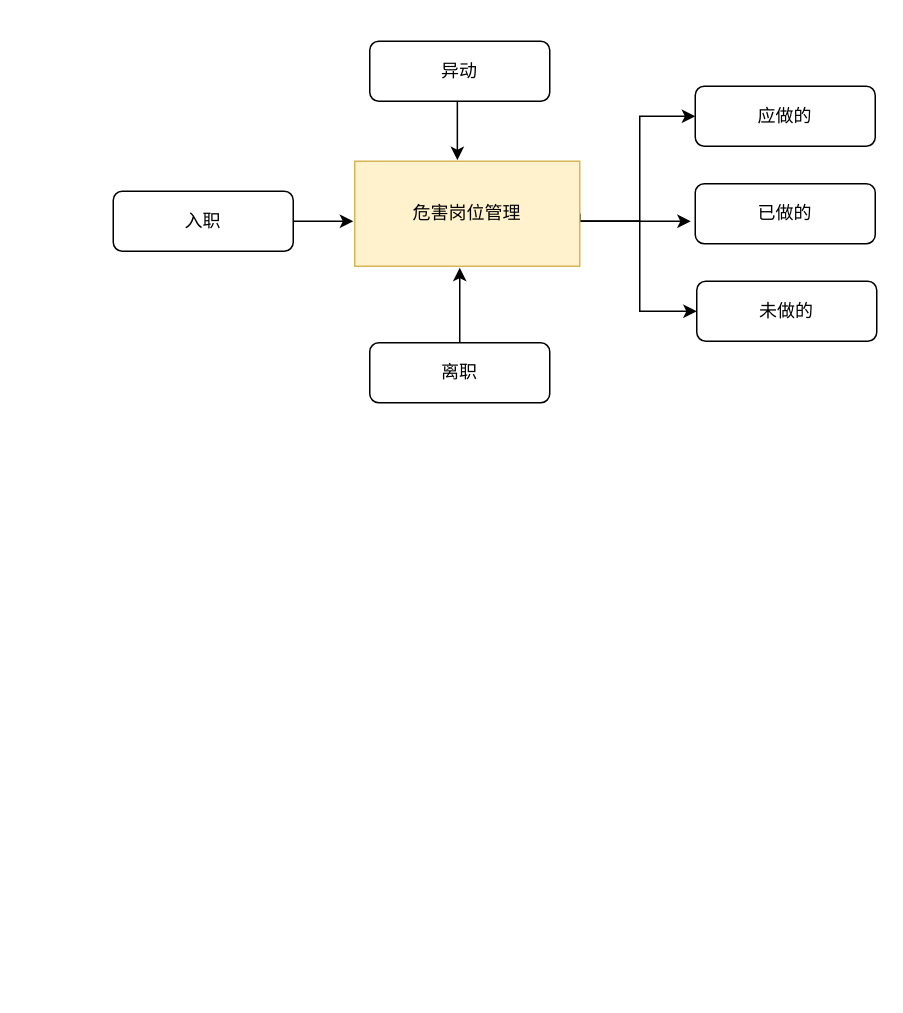
pbm0802/GitIDEATest keeps this draw.io diagram as 危害岗位管理.drawio. Above is the earlier version. Source tidied: cells renumbered, new cells numbered last; positions are measured from the earlier drawing's top-left corner, leaving out a move shared by most shapes. Both pictures are drawn from the tidied source at 150%, with x=0, y=0 at pixel (112, 40).
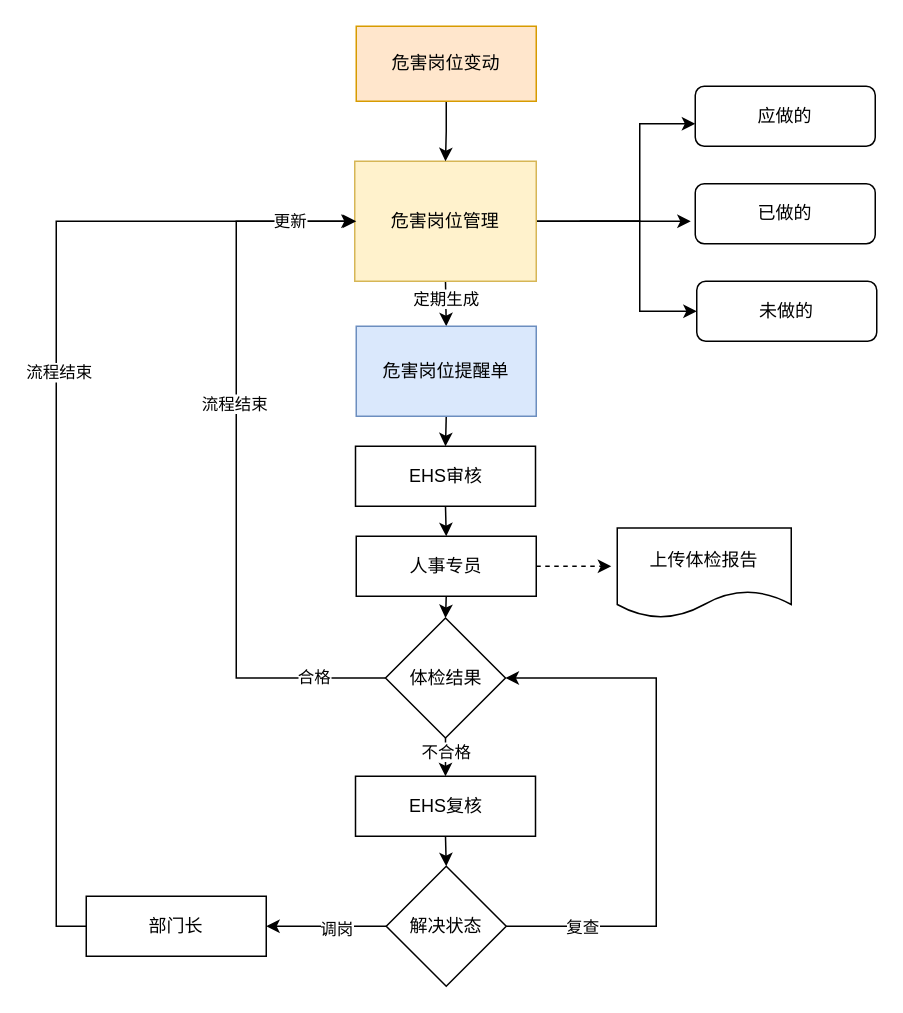
Above is the later version.

Commit message:
更新危害岗位管理.drawio

Unchanged cells that the change refers to:
```xml
<mxCell id="8" value="应做的" style="rounded=1;whiteSpace=wrap;html=1;fontSize=12;glass=0;strokeWidth=1;shadow=0;" parent="1" vertex="1">
  <mxGeometry x="388" y="30" width="120" height="40" as="geometry" />
</mxCell>
```

The edit, as a diff of the source:
```diff
@@
-    <mxCell id="2" style="edgeStyle=orthogonalEdgeStyle;rounded=0;jettySize=auto;html=1;exitX=0.5;exitY=1;exitDx=0;exitDy=0;entryX=0.456;entryY=-0.01;entryDx=0;entryDy=0;entryPerimeter=0;" parent="1" edge="1" source="3" target="7">
-      <mxGeometry relative="1" as="geometry" />
-    </mxCell>
-    <mxCell id="3" value="异动" style="rounded=1;whiteSpace=wrap;html=1;fontSize=12;glass=0;strokeWidth=1;shadow=0;" parent="1" vertex="1">
-      <mxGeometry x="171" width="120" height="40" as="geometry" />
-    </mxCell>
@@
-    <mxCell id="5" style="edgeStyle=orthogonalEdgeStyle;rounded=0;jettySize=auto;html=1;exitX=1;exitY=0.5;exitDx=0;exitDy=0;entryX=0;entryY=0.5;entryDx=0;entryDy=0;" parent="1" edge="1" source="7" target="8">
+    <mxCell id="5" style="edgeStyle=orthogonalEdgeStyle;rounded=0;orthogonalLoop=1;jettySize=auto;html=1;exitX=1;exitY=0.5;exitDx=0;exitDy=0;entryX=0;entryY=0.5;entryDx=0;entryDy=0;" parent="1" edge="1">
       <mxGeometry relative="1" as="geometry">
+        <mxPoint x="282" y="120" as="sourcePoint" />
+        <mxPoint x="388" y="55" as="targetPoint" />
         <Array as="points">
-          <mxPoint x="311" y="120" />
           <mxPoint x="351" y="120" />
-          <mxPoint x="351" y="50" />
+          <mxPoint x="351" y="55" />
         </Array>
       </mxGeometry>
     </mxCell>
@@
+    <mxCell id="15" style="edgeStyle=orthogonalEdgeStyle;rounded=0;jettySize=auto;html=1;exitX=0.5;exitY=1;exitDx=0;exitDy=0;entryX=0.5;entryY=0;entryDx=0;entryDy=0;" parent="1" edge="1" source="7" target="20">
+      <mxGeometry relative="1" as="geometry" />
+    </mxCell>
+    <mxCell id="16" value="定期生成" style="edgeLabel;html=1;align=center;verticalAlign=middle;" parent="15" vertex="1">
+      <mxGeometry x="-0.19" relative="1" as="geometry" />
+    </mxCell>
     <mxCell id="7" value="危害岗位管理" style="rounded=0;whiteSpace=wrap;html=1;fillColor=#fff2cc;strokeColor=#d6b656;" parent="1" vertex="1">
-      <mxGeometry x="161" y="80" width="150" height="70" as="geometry" />
+      <mxGeometry x="161" y="80" width="121" height="80" as="geometry" />
     </mxCell>
@@
-    <mxCell id="11" style="edgeStyle=orthogonalEdgeStyle;rounded=0;jettySize=auto;html=1;exitX=1;exitY=0.5;exitDx=0;exitDy=0;" parent="1" edge="1" source="12">
-      <mxGeometry relative="1" as="geometry">
-        <mxPoint x="160" y="120" as="targetPoint" />
-      </mxGeometry>
-    </mxCell>
-    <mxCell id="12" value="入职" style="rounded=1;whiteSpace=wrap;html=1;fontSize=12;glass=0;strokeWidth=1;shadow=0;" parent="1" vertex="1">
-      <mxGeometry y="100" width="120" height="40" as="geometry" />
-    </mxCell>
-    <mxCell id="13" style="edgeStyle=orthogonalEdgeStyle;rounded=0;jettySize=auto;html=1;exitX=0.5;exitY=0;exitDx=0;exitDy=0;" parent="1" edge="1" source="14">
-      <mxGeometry relative="1" as="geometry">
-        <mxPoint x="231" y="151" as="targetPoint" />
-      </mxGeometry>
-    </mxCell>
-    <mxCell id="14" value="离职" style="rounded=1;whiteSpace=wrap;html=1;fontSize=12;glass=0;strokeWidth=1;shadow=0;" parent="1" vertex="1">
-      <mxGeometry x="171" y="201" width="120" height="40" as="geometry" />
-    </mxCell>
+    <mxCell id="17" style="edgeStyle=orthogonalEdgeStyle;rounded=0;jettySize=auto;html=1;exitX=0.5;exitY=1;exitDx=0;exitDy=0;entryX=0.5;entryY=0;entryDx=0;entryDy=0;" parent="1" edge="1" source="18" target="7">
+      <mxGeometry relative="1" as="geometry" />
+    </mxCell>
+    <mxCell id="18" value="危害岗位变动" style="rounded=0;whiteSpace=wrap;html=1;fillColor=#ffe6cc;strokeColor=#d79b00;" parent="1" vertex="1">
+      <mxGeometry x="162" y="-10" width="120" height="50" as="geometry" />
+    </mxCell>
+    <mxCell id="19" style="edgeStyle=orthogonalEdgeStyle;rounded=0;jettySize=auto;html=1;exitX=0.5;exitY=1;exitDx=0;exitDy=0;entryX=0.5;entryY=0;entryDx=0;entryDy=0;" parent="1" edge="1" source="20" target="42">
+      <mxGeometry relative="1" as="geometry" />
+    </mxCell>
+    <mxCell id="20" value="危害岗位提醒单" style="rounded=0;whiteSpace=wrap;html=1;fillColor=#dae8fc;strokeColor=#6c8ebf;" parent="1" vertex="1">
+      <mxGeometry x="162" y="190" width="120" height="60" as="geometry" />
+    </mxCell>
+    <mxCell id="21" style="edgeStyle=orthogonalEdgeStyle;rounded=0;jettySize=auto;html=1;exitX=0.5;exitY=1;exitDx=0;exitDy=0;entryX=0.5;entryY=0;entryDx=0;entryDy=0;" parent="1" edge="1" source="23" target="31">
+      <mxGeometry relative="1" as="geometry" />
+    </mxCell>
+    <mxCell id="22" style="edgeStyle=orthogonalEdgeStyle;rounded=0;jettySize=auto;html=1;exitX=1;exitY=0.5;exitDx=0;exitDy=0;dashed=1;" parent="1" edge="1" source="23">
+      <mxGeometry relative="1" as="geometry">
+        <mxPoint x="332" y="350" as="targetPoint" />
+      </mxGeometry>
+    </mxCell>
+    <mxCell id="23" value="人事专员" style="rounded=0;whiteSpace=wrap;html=1;" parent="1" vertex="1">
+      <mxGeometry x="162" y="330" width="120" height="40" as="geometry" />
+    </mxCell>
+    <mxCell id="24" style="edgeStyle=orthogonalEdgeStyle;rounded=0;jettySize=auto;html=1;exitX=0.5;exitY=1;exitDx=0;exitDy=0;entryX=0.5;entryY=0;entryDx=0;entryDy=0;" parent="1" edge="1" source="25" target="36">
+      <mxGeometry relative="1" as="geometry" />
+    </mxCell>
+    <mxCell id="25" value="EHS复核" style="rounded=0;whiteSpace=wrap;html=1;" parent="1" vertex="1">
+      <mxGeometry x="161.5" y="490" width="120" height="40" as="geometry" />
+    </mxCell>
+    <mxCell id="26" style="edgeStyle=orthogonalEdgeStyle;rounded=0;jettySize=auto;html=1;exitX=0;exitY=0.5;exitDx=0;exitDy=0;entryX=0;entryY=0.5;entryDx=0;entryDy=0;" parent="1" edge="1" source="31" target="7">
+      <mxGeometry relative="1" as="geometry">
+        <Array as="points">
+          <mxPoint x="82" y="425" />
+          <mxPoint x="82" y="120" />
+        </Array>
+      </mxGeometry>
+    </mxCell>
+    <mxCell id="27" value="合格" style="edgeLabel;html=1;align=center;verticalAlign=middle;" parent="26" vertex="1">
+      <mxGeometry x="-0.8" y="-1" relative="1" as="geometry" />
+    </mxCell>
+    <mxCell id="28" value="流程结束" style="edgeLabel;html=1;align=center;verticalAlign=middle;" parent="26" vertex="1">
+      <mxGeometry x="0.17" y="2" relative="1" as="geometry" />
+    </mxCell>
+    <mxCell id="29" style="edgeStyle=orthogonalEdgeStyle;rounded=0;jettySize=auto;html=1;exitX=0.5;exitY=1;exitDx=0;exitDy=0;entryX=0.5;entryY=0;entryDx=0;entryDy=0;" parent="1" edge="1" source="31" target="25">
+      <mxGeometry relative="1" as="geometry" />
+    </mxCell>
+    <mxCell id="30" value="不合格" style="edgeLabel;html=1;align=center;verticalAlign=middle;" parent="29" vertex="1">
+      <mxGeometry x="-0.26" relative="1" as="geometry" />
+    </mxCell>
+    <mxCell id="31" value="体检结果" style="rhombus;whiteSpace=wrap;html=1;" parent="1" vertex="1">
+      <mxGeometry x="181.5" y="384.5" width="80" height="80" as="geometry" />
+    </mxCell>
+    <mxCell id="32" style="edgeStyle=orthogonalEdgeStyle;rounded=0;jettySize=auto;html=1;exitX=1;exitY=0.5;exitDx=0;exitDy=0;entryX=1;entryY=0.5;entryDx=0;entryDy=0;" parent="1" edge="1" source="36" target="31">
+      <mxGeometry relative="1" as="geometry">
+        <Array as="points">
+          <mxPoint x="362" y="590" />
+          <mxPoint x="362" y="425" />
+        </Array>
+      </mxGeometry>
+    </mxCell>
+    <mxCell id="33" value="复查" style="edgeLabel;html=1;align=center;verticalAlign=middle;" parent="32" vertex="1">
+      <mxGeometry x="0.07" y="1" relative="1" as="geometry">
+        <mxPoint x="-49" y="96" as="offset" />
+      </mxGeometry>
+    </mxCell>
+    <mxCell id="34" style="edgeStyle=orthogonalEdgeStyle;rounded=0;jettySize=auto;html=1;exitX=0;exitY=0.5;exitDx=0;exitDy=0;entryX=1;entryY=0.5;entryDx=0;entryDy=0;" parent="1" edge="1" source="36" target="40">
+      <mxGeometry relative="1" as="geometry" />
+    </mxCell>
+    <mxCell id="35" value="调岗" style="edgeLabel;html=1;align=center;verticalAlign=middle;" parent="34" vertex="1">
+      <mxGeometry x="-0.15" y="1" relative="1" as="geometry" />
+    </mxCell>
+    <mxCell id="36" value="解决状态" style="rhombus;whiteSpace=wrap;html=1;" parent="1" vertex="1">
+      <mxGeometry x="182" y="550" width="80" height="80" as="geometry" />
+    </mxCell>
+    <mxCell id="37" style="edgeStyle=orthogonalEdgeStyle;rounded=0;jettySize=auto;html=1;exitX=0;exitY=0.5;exitDx=0;exitDy=0;" parent="1" edge="1" source="40">
+      <mxGeometry relative="1" as="geometry">
+        <mxPoint x="162" y="120" as="targetPoint" />
+        <Array as="points">
+          <mxPoint x="-38" y="590" />
+          <mxPoint x="-38" y="120" />
+        </Array>
+      </mxGeometry>
+    </mxCell>
+    <mxCell id="38" value="流程结束" style="edgeLabel;html=1;align=center;verticalAlign=middle;" parent="37" vertex="1">
+      <mxGeometry x="0.13" y="-1" relative="1" as="geometry" />
+    </mxCell>
+    <mxCell id="39" value="更新" style="edgeLabel;html=1;align=center;verticalAlign=middle;" parent="37" vertex="1">
+      <mxGeometry x="0.87" y="1" relative="1" as="geometry" />
+    </mxCell>
+    <mxCell id="40" value="部门长" style="rounded=0;whiteSpace=wrap;html=1;" parent="1" vertex="1">
+      <mxGeometry x="-18" y="570" width="120" height="40" as="geometry" />
+    </mxCell>
+    <mxCell id="41" style="edgeStyle=orthogonalEdgeStyle;rounded=0;jettySize=auto;html=1;exitX=0.5;exitY=1;exitDx=0;exitDy=0;entryX=0.5;entryY=0;entryDx=0;entryDy=0;" parent="1" edge="1" source="42" target="23">
+      <mxGeometry relative="1" as="geometry" />
+    </mxCell>
+    <mxCell id="42" value="EHS审核" style="rounded=0;whiteSpace=wrap;html=1;" parent="1" vertex="1">
+      <mxGeometry x="161.5" y="270" width="120" height="40" as="geometry" />
+    </mxCell>
+    <mxCell id="43" value="上传体检报告" style="shape=document;whiteSpace=wrap;html=1;boundedLbl=1;" parent="1" vertex="1">
+      <mxGeometry x="336" y="324.5" width="116" height="60" as="geometry" />
+    </mxCell>
```
